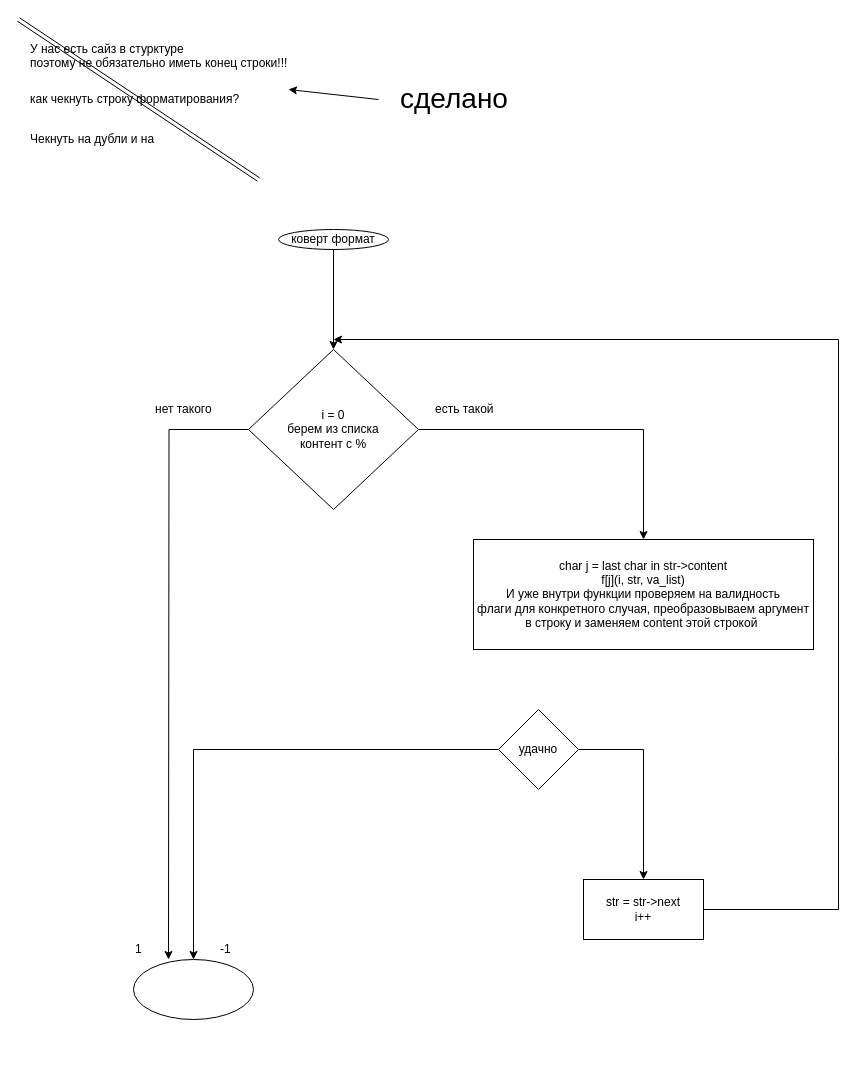
vlukjanenko/ft_printf keeps this draw.io diagram as page "Строка форматирования" (5 of 6) of thougths.drawio. Above is the earlier version. Source tidied: cells renumbered, new cells numbered last; positions are measured from the earlier drawing's top-left corner, leaving out a move shared by most shapes. Both pictures are drawn from the tidied source at 100%, with x=0, y=0 at pixel (18, 19).
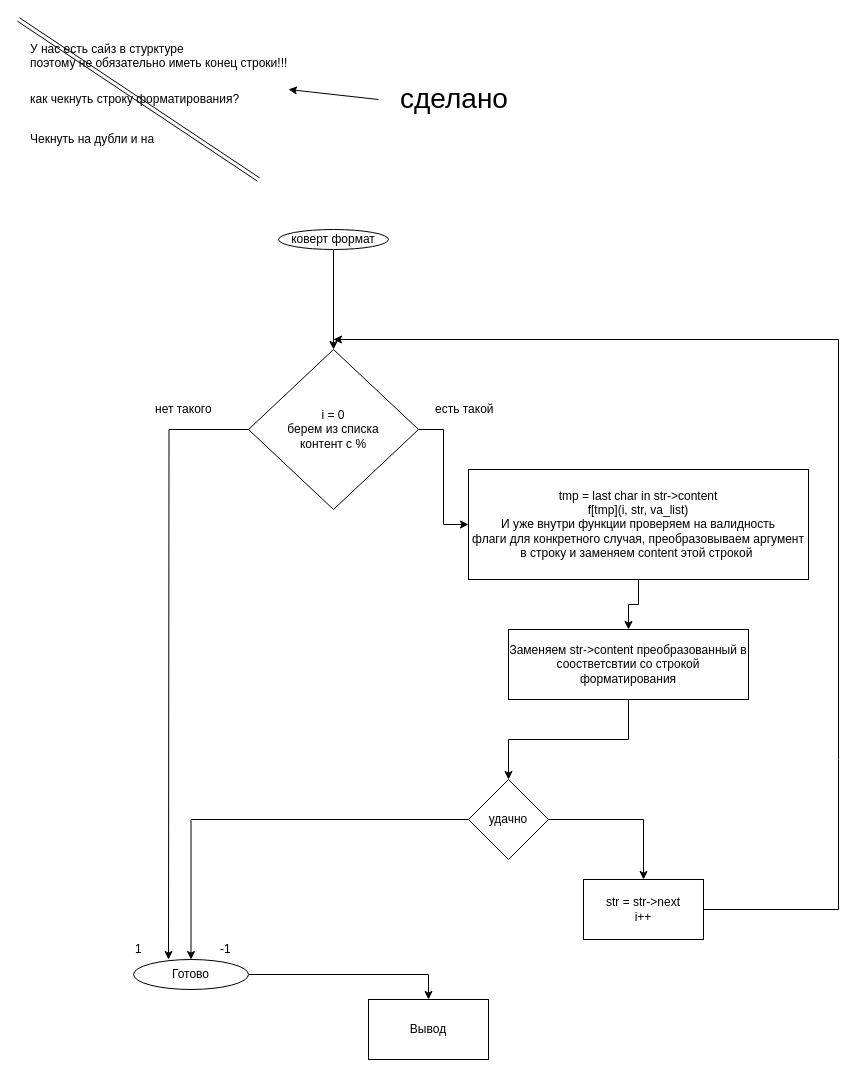
Above is the later version.

Change to the diagram source:
```diff
@@
+    <mxCell id="24" style="edgeStyle=orthogonalEdgeStyle;rounded=0;jettySize=auto;html=1;" parent="1" edge="1" source="15" target="27">
+      <mxGeometry relative="1" as="geometry" />
+    </mxCell>
-    <mxCell id="15" value="char j = last char in str-&amp;gt;content&lt;br&gt;f[j](i, str, va_list)&lt;br&gt;И уже внутри функции проверяем на валидность&lt;br&gt;флаги для конкретного случая, преобразовываем аргумент в строку и заменяем content этой строкой&amp;nbsp;" style="rounded=0;whiteSpace=wrap;html=1;" parent="1" vertex="1">
-      <mxGeometry x="455" y="520" width="340" height="110" as="geometry" />
+    <mxCell id="15" value="tmp = last char in str-&amp;gt;content&lt;br&gt;f[tmp](i, str, va_list)&lt;br&gt;И уже внутри функции проверяем на валидность&lt;br&gt;флаги для конкретного случая, преобразовываем аргумент в строку и заменяем content этой строкой&amp;nbsp;" style="rounded=0;whiteSpace=wrap;html=1;" parent="1" vertex="1">
+      <mxGeometry x="450" y="450" width="340" height="110" as="geometry" />
     </mxCell>
@@
     <mxCell id="20" value="удачно" style="rhombus;whiteSpace=wrap;html=1;" parent="1" vertex="1">
-      <mxGeometry x="480" y="690" width="80" height="80" as="geometry" />
+      <mxGeometry x="450" y="760" width="80" height="80" as="geometry" />
     </mxCell>
+    <mxCell id="25" style="edgeStyle=orthogonalEdgeStyle;rounded=0;jettySize=auto;html=1;entryX=0.5;entryY=0;entryDx=0;entryDy=0;" parent="1" edge="1" source="21" target="28">
+      <mxGeometry relative="1" as="geometry" />
+    </mxCell>
-    <mxCell id="21" style="ellipse;whiteSpace=wrap;html=1;" parent="1" vertex="1">
-      <mxGeometry x="115" y="940" width="120" height="60" as="geometry" />
+    <mxCell id="21" value="Готово" style="ellipse;whiteSpace=wrap;html=1;" parent="1" vertex="1">
+      <mxGeometry x="115" y="940" width="115" height="30" as="geometry" />
     </mxCell>
@@
+    <mxCell id="26" style="edgeStyle=orthogonalEdgeStyle;rounded=0;jettySize=auto;html=1;entryX=0.5;entryY=0;entryDx=0;entryDy=0;" parent="1" edge="1" source="27" target="20">
+      <mxGeometry relative="1" as="geometry" />
+    </mxCell>
+    <mxCell id="27" value="Заменяем str-&amp;gt;content преобразованный в соостветсвтии со строкой форматирования" style="rounded=0;whiteSpace=wrap;html=1;" parent="1" vertex="1">
+      <mxGeometry x="490" y="610" width="240" height="70" as="geometry" />
+    </mxCell>
+    <mxCell id="28" value="Вывод" style="rounded=0;whiteSpace=wrap;html=1;" parent="1" vertex="1">
+      <mxGeometry x="350" y="980" width="120" height="60" as="geometry" />
+    </mxCell>
```
